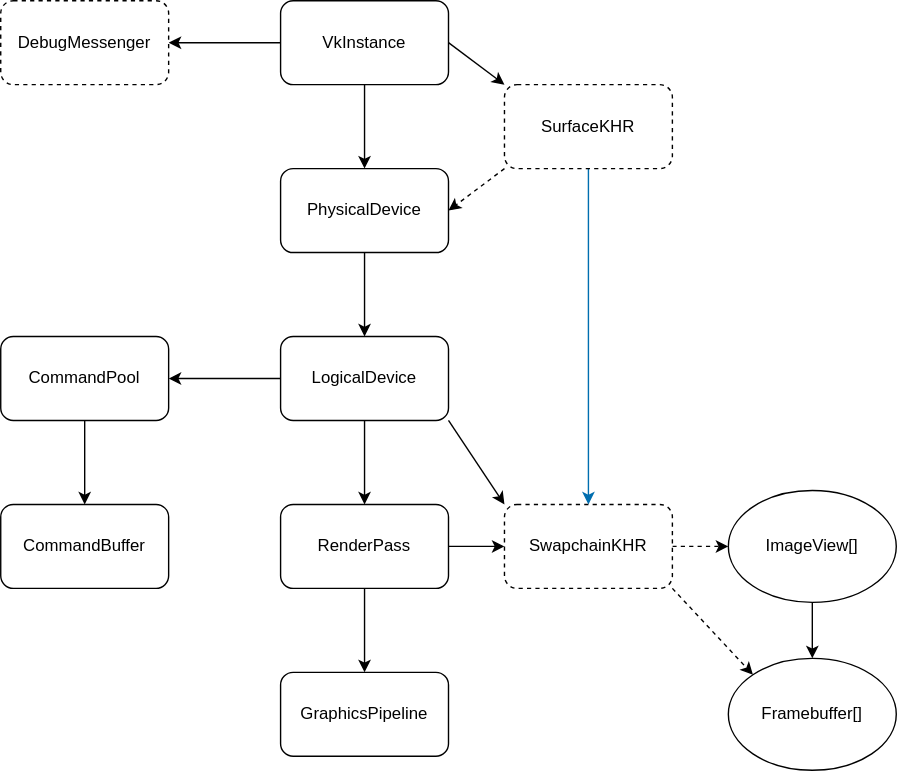
Above: vk_objects.drawio.svg in Redstonecrafter0/Quasar (draw.io), before the change. Source tidied: cells renumbered, new cells last; positions are measured from the earlier drawing's top-left corner, leaving out a move shared by most shapes.
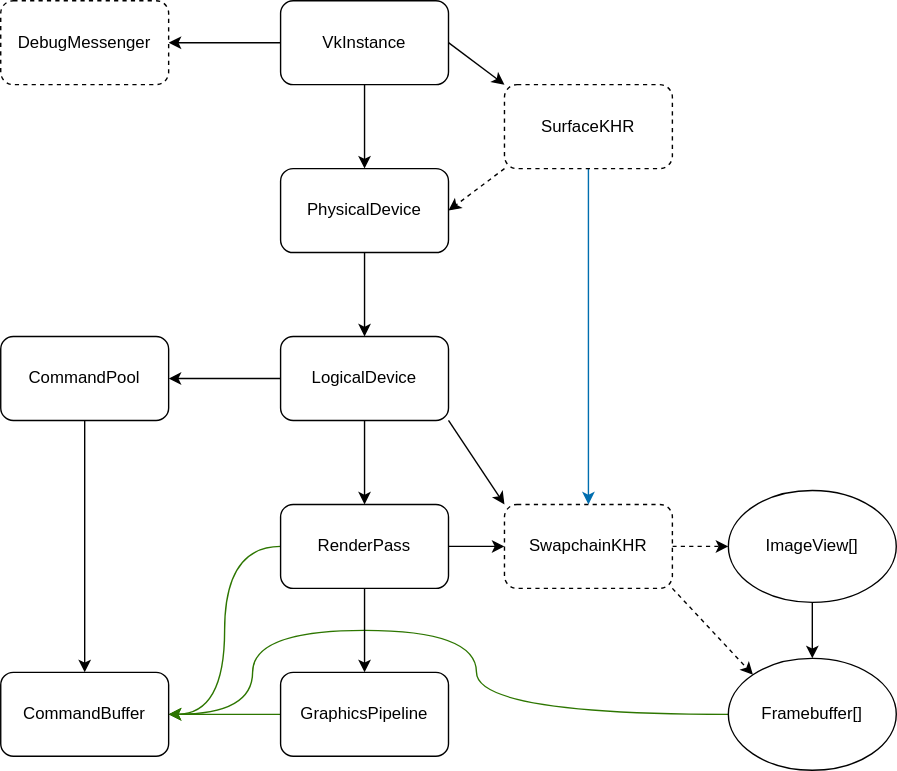
The same file after the commit.

What changed in the source:
```diff
@@ -50,6 +50,9 @@
     <mxCell id="17" value="SwapchainKHR" style="rounded=1;whiteSpace=wrap;html=1;dashed=1;" parent="1" vertex="1">
       <mxGeometry x="360" y="360" width="120" height="60" as="geometry" />
     </mxCell>
+    <mxCell id="29" style="edgeStyle=orthogonalEdgeStyle;rounded=0;jettySize=auto;html=1;exitX=0;exitY=0.5;exitDx=0;exitDy=0;entryX=1;entryY=0.5;entryDx=0;entryDy=0;fillColor=#60a917;strokeColor=#2D7600;curved=1;" parent="1" edge="1" source="18" target="28">
+      <mxGeometry relative="1" as="geometry" />
+    </mxCell>
     <mxCell id="18" value="GraphicsPipeline" style="rounded=1;whiteSpace=wrap;html=1;" parent="1" vertex="1">
       <mxGeometry x="200" y="480" width="120" height="60" as="geometry" />
     </mxCell>
@@ -62,6 +65,16 @@
     <mxCell id="21" value="ImageView[]" style="ellipse;whiteSpace=wrap;html=1;" parent="1" vertex="1">
       <mxGeometry x="520" y="350" width="120" height="80" as="geometry" />
     </mxCell>
+    <mxCell id="30" style="edgeStyle=orthogonalEdgeStyle;curved=1;rounded=0;jettySize=auto;html=1;exitX=0;exitY=0.5;exitDx=0;exitDy=0;entryX=1;entryY=0.5;entryDx=0;entryDy=0;fillColor=#60a917;strokeColor=#2D7600;" parent="1" edge="1" source="22" target="28">
+      <mxGeometry relative="1" as="geometry">
+        <Array as="points">
+          <mxPoint x="340" y="510" />
+          <mxPoint x="340" y="450" />
+          <mxPoint x="180" y="450" />
+          <mxPoint x="180" y="510" />
+        </Array>
+      </mxGeometry>
+    </mxCell>
     <mxCell id="22" value="Framebuffer[]" style="ellipse;whiteSpace=wrap;html=1;" parent="1" vertex="1">
       <mxGeometry x="520" y="470" width="120" height="80" as="geometry" />
     </mxCell>
@@ -71,6 +84,9 @@
     <mxCell id="24" style="edgeStyle=none;rounded=0;jettySize=auto;html=1;exitX=1;exitY=0.5;exitDx=0;exitDy=0;entryX=0;entryY=0.5;entryDx=0;entryDy=0;" parent="1" edge="1" source="25" target="17">
       <mxGeometry relative="1" as="geometry" />
     </mxCell>
+    <mxCell id="31" style="edgeStyle=orthogonalEdgeStyle;rounded=0;jettySize=auto;html=1;exitX=0;exitY=0.5;exitDx=0;exitDy=0;entryX=1;entryY=0.5;entryDx=0;entryDy=0;fillColor=#60a917;strokeColor=#2D7600;curved=1;" parent="1" edge="1" source="25" target="28">
+      <mxGeometry relative="1" as="geometry" />
+    </mxCell>
     <mxCell id="25" value="RenderPass" style="rounded=1;whiteSpace=wrap;html=1;" parent="1" vertex="1">
       <mxGeometry x="200" y="360" width="120" height="60" as="geometry" />
     </mxCell>
@@ -81,7 +97,7 @@
       <mxGeometry y="240" width="120" height="60" as="geometry" />
     </mxCell>
     <mxCell id="28" value="CommandBuffer" style="rounded=1;whiteSpace=wrap;html=1;" parent="1" vertex="1">
-      <mxGeometry y="360" width="120" height="60" as="geometry" />
+      <mxGeometry y="480" width="120" height="60" as="geometry" />
     </mxCell>
   </root>
 </mxGraphModel>
```
